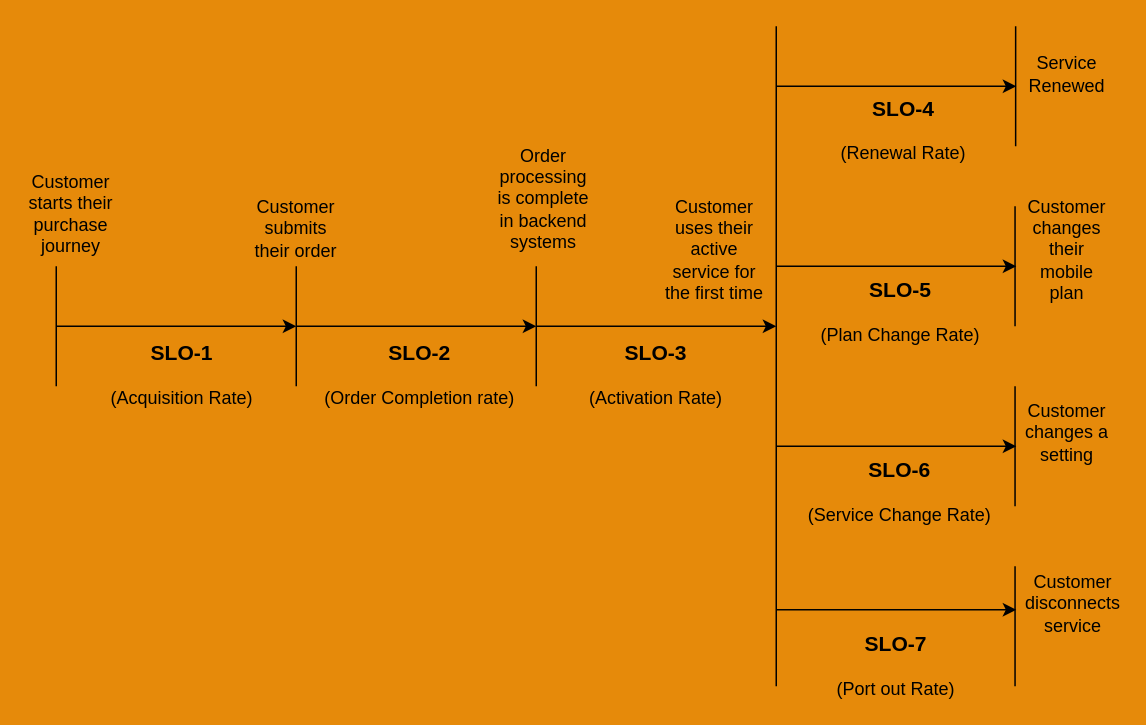
Above: Untitled Diagram.drawio in hdushan/share_prices_calc (draw.io), before the change. Source tidied: cells renumbered, new cells numbered last; positions are measured from the earlier drawing's top-left corner, leaving out a move shared by most shapes. Both pictures are drawn from the tidied source at 150%, with x=0, y=0 at pixel (26, 26).
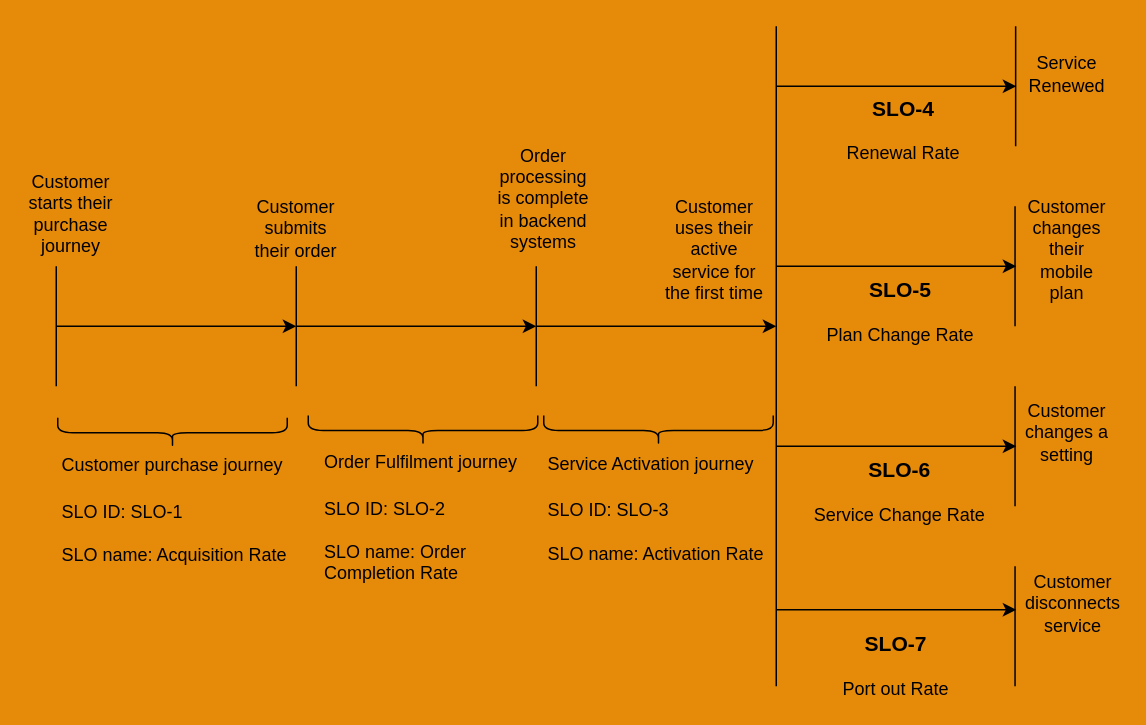
The same page after the edit.

What changed in the source:
```diff
@@
-    <mxCell id="22" value="&lt;h3&gt;SLO-1&lt;/h3&gt;(Acquisition Rate)" style="text;strokeColor=none;align=center;fillColor=none;html=1;verticalAlign=middle;whiteSpace=wrap;rounded=0;" parent="1" vertex="1">
-      <mxGeometry x="54" y="210" width="100" height="30" as="geometry" />
+    <mxCell id="22" value="&lt;h3&gt;&lt;span style=&quot;font-weight: normal;&quot;&gt;&lt;font style=&quot;font-size: 12px;&quot;&gt;Customer purchase journey&lt;/font&gt;&lt;/span&gt;&lt;/h3&gt;&lt;h3&gt;&lt;span style=&quot;font-weight: normal;&quot;&gt;&lt;font style=&quot;font-size: 12px;&quot;&gt;SLO ID: SLO-1&lt;/font&gt;&lt;/span&gt;&lt;/h3&gt;SLO name: Acquisition Rate" style="text;strokeColor=none;align=left;fillColor=none;html=1;verticalAlign=middle;whiteSpace=wrap;rounded=0;" parent="1" vertex="1">
+      <mxGeometry x="22" y="300" width="193" height="30" as="geometry" />
     </mxCell>
-    <mxCell id="23" value="&lt;h3&gt;SLO-2&lt;/h3&gt;(Order Completion rate)" style="text;strokeColor=none;align=center;fillColor=none;html=1;verticalAlign=middle;whiteSpace=wrap;rounded=0;" parent="1" vertex="1">
-      <mxGeometry x="198" y="210" width="129" height="30" as="geometry" />
-    </mxCell>
-    <mxCell id="24" value="&lt;h3&gt;SLO-3&lt;/h3&gt;(Activation Rate)" style="text;strokeColor=none;align=center;fillColor=none;html=1;verticalAlign=middle;whiteSpace=wrap;rounded=0;" parent="1" vertex="1">
-      <mxGeometry x="370" y="210" width="100" height="30" as="geometry" />
-    </mxCell>
@@
-    <mxCell id="27" value="&lt;h3&gt;SLO-4&lt;/h3&gt;(Renewal Rate)" style="text;strokeColor=none;align=center;fillColor=none;html=1;verticalAlign=middle;whiteSpace=wrap;rounded=0;" parent="1" vertex="1">
+    <mxCell id="27" value="&lt;h3&gt;SLO-4&lt;/h3&gt;Renewal Rate" style="text;strokeColor=none;align=center;fillColor=none;html=1;verticalAlign=middle;whiteSpace=wrap;rounded=0;" parent="1" vertex="1">
       <mxGeometry x="535" y="47" width="100" height="30" as="geometry" />
     </mxCell>
-    <mxCell id="28" value="&lt;h3&gt;SLO-5&lt;/h3&gt;(Plan Change Rate)" style="text;strokeColor=none;align=center;fillColor=none;html=1;verticalAlign=middle;whiteSpace=wrap;rounded=0;" parent="1" vertex="1">
+    <mxCell id="28" value="&lt;h3&gt;SLO-5&lt;/h3&gt;Plan Change Rate" style="text;strokeColor=none;align=center;fillColor=none;html=1;verticalAlign=middle;whiteSpace=wrap;rounded=0;" parent="1" vertex="1">
       <mxGeometry x="527.5" y="168" width="110" height="30" as="geometry" />
     </mxCell>
-    <mxCell id="29" value="&lt;h3&gt;SLO-6&lt;/h3&gt;(Service Change Rate)" style="text;strokeColor=none;align=center;fillColor=none;html=1;verticalAlign=middle;whiteSpace=wrap;rounded=0;" parent="1" vertex="1">
+    <mxCell id="29" value="&lt;h3&gt;SLO-6&lt;/h3&gt;Service Change Rate" style="text;strokeColor=none;align=center;fillColor=none;html=1;verticalAlign=middle;whiteSpace=wrap;rounded=0;" parent="1" vertex="1">
       <mxGeometry x="516" y="288" width="133" height="30" as="geometry" />
     </mxCell>
-    <mxCell id="30" value="&lt;h3&gt;SLO-7&lt;/h3&gt;(Port out Rate)" style="text;strokeColor=none;align=center;fillColor=none;html=1;verticalAlign=middle;whiteSpace=wrap;rounded=0;" parent="1" vertex="1">
+    <mxCell id="30" value="&lt;h3&gt;SLO-7&lt;/h3&gt;Port out Rate" style="text;strokeColor=none;align=center;fillColor=none;html=1;verticalAlign=middle;whiteSpace=wrap;rounded=0;" parent="1" vertex="1">
       <mxGeometry x="530" y="404" width="100" height="30" as="geometry" />
     </mxCell>
@@
+    <mxCell id="32" style="shape=curlyBracket;whiteSpace=wrap;html=1;rounded=1;labelPosition=left;verticalLabelPosition=middle;align=right;verticalAlign=middle;rotation=-90;" parent="1" vertex="1">
+      <mxGeometry x="87.5" y="194.5" width="20" height="153" as="geometry" />
+    </mxCell>
+    <mxCell id="33" value="&lt;h3&gt;&lt;span style=&quot;font-size: 12px; font-weight: normal; background-color: initial;&quot;&gt;Order Fulfilment journey&lt;/span&gt;&lt;/h3&gt;&lt;h3&gt;&lt;span style=&quot;font-size: 12px; font-weight: normal; background-color: initial;&quot;&gt;SLO ID: SLO-2&lt;/span&gt;&lt;br&gt;&lt;/h3&gt;SLO name: Order Completion Rate" style="text;strokeColor=none;align=left;fillColor=none;html=1;verticalAlign=middle;whiteSpace=wrap;rounded=0;" parent="1" vertex="1">
+      <mxGeometry x="197" y="305" width="144" height="30" as="geometry" />
+    </mxCell>
+    <mxCell id="34" style="shape=curlyBracket;whiteSpace=wrap;html=1;rounded=1;labelPosition=left;verticalLabelPosition=middle;align=right;verticalAlign=middle;rotation=-90;" parent="1" vertex="1">
+      <mxGeometry x="254.5" y="193" width="20" height="153" as="geometry" />
+    </mxCell>
+    <mxCell id="35" value="&lt;h3&gt;&lt;span style=&quot;font-size: 12px; font-weight: normal; background-color: initial;&quot;&gt;Service Activation journey&lt;/span&gt;&lt;/h3&gt;&lt;h3&gt;&lt;span style=&quot;font-size: 12px; font-weight: normal; background-color: initial;&quot;&gt;SLO ID: SLO-3&lt;/span&gt;&lt;br&gt;&lt;/h3&gt;SLO name: Activation Rate" style="text;strokeColor=none;align=left;fillColor=none;html=1;verticalAlign=middle;whiteSpace=wrap;rounded=0;" parent="1" vertex="1">
+      <mxGeometry x="346" y="298.5" width="193" height="30" as="geometry" />
+    </mxCell>
+    <mxCell id="36" style="shape=curlyBracket;whiteSpace=wrap;html=1;rounded=1;labelPosition=left;verticalLabelPosition=middle;align=right;verticalAlign=middle;rotation=-90;" parent="1" vertex="1">
+      <mxGeometry x="411.5" y="193" width="20" height="153" as="geometry" />
+    </mxCell>
```
